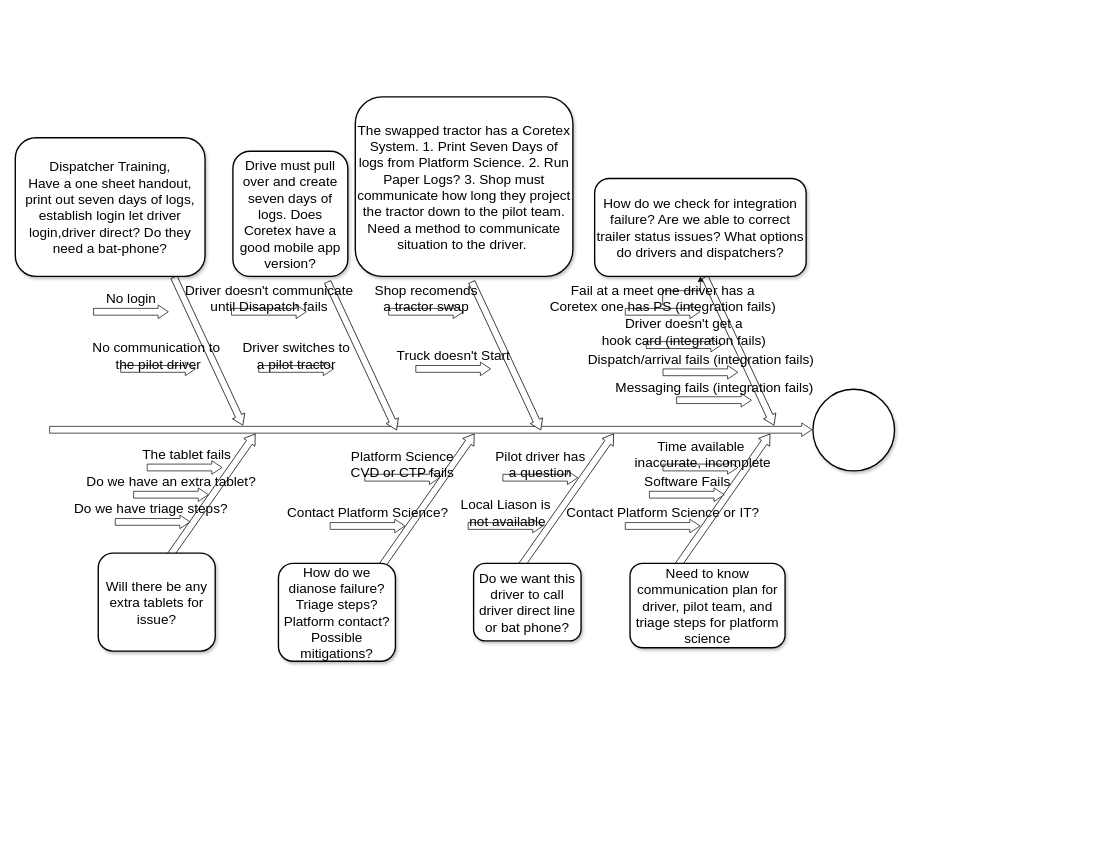
Above: PS Contingency Plan.drawio in RustyTruck/plc4trucksduck (draw.io), before the change. Source tidied: cells renumbered, new cells numbered last; positions are measured from the earlier drawing's top-left corner, leaving out a move shared by most shapes. Both pictures are drawn from the tidied source at 68%, with x=0, y=0 at pixel (15, 48).
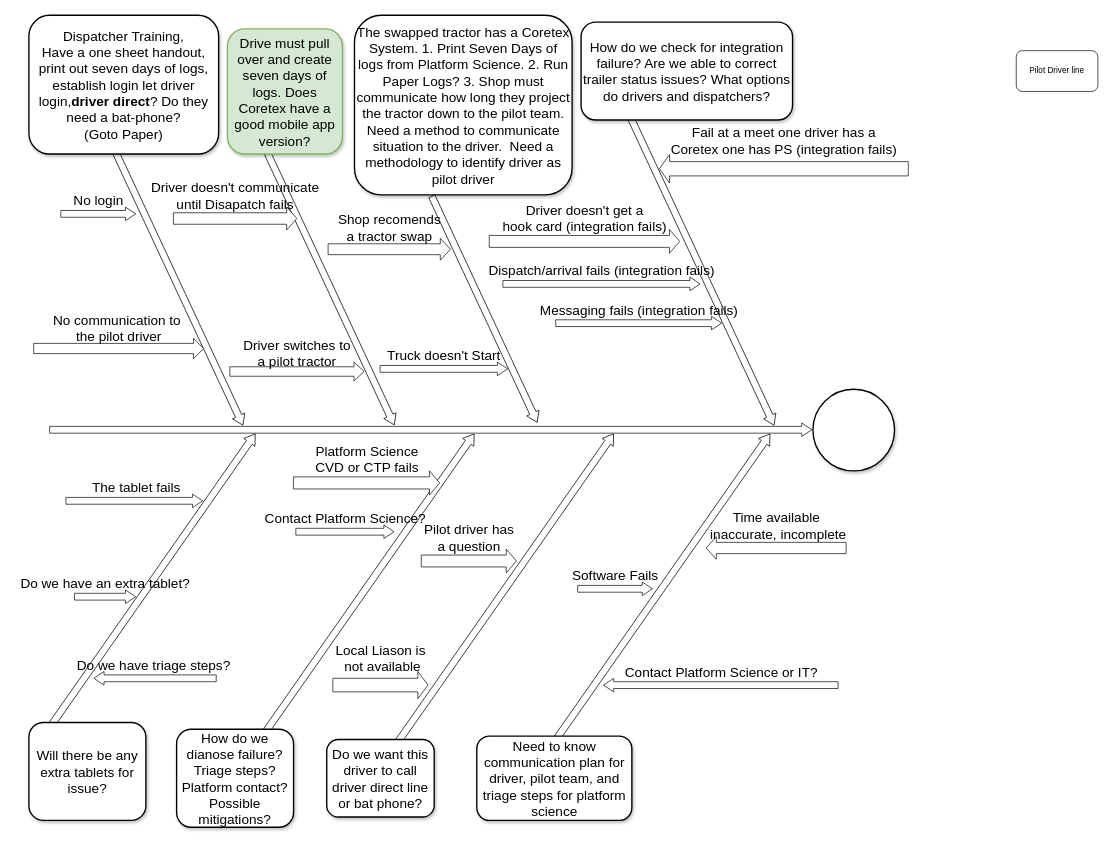
After the change.

What changed in the source:
```diff
@@
     <mxCell id="2" style="html=1;shadow=0;dashed=0;align=center;verticalAlign=middle;shape=mxgraph.arrows2.arrow;dy=0.5;dx=15;direction=north;notch=0;rounded=0;strokeWidth=1;fontSize=20;rotation=35;" parent="1" vertex="1">
-      <mxGeometry x="596" y="545" width="20" height="240" as="geometry" />
+      <mxGeometry x="508.2" y="517.3" width="20" height="546" as="geometry" />
     </mxCell>
     <mxCell id="3" style="html=1;shadow=0;dashed=0;align=center;verticalAlign=middle;shape=mxgraph.arrows2.arrow;dy=0.5;dx=15;direction=north;notch=0;rounded=0;strokeWidth=1;fontSize=20;rotation=35;" parent="1" vertex="1">
-      <mxGeometry x="801" y="545" width="20" height="240" as="geometry" />
+      <mxGeometry x="710.4" y="516.4" width="20" height="556" as="geometry" />
     </mxCell>
     <mxCell id="4" style="html=1;shadow=0;dashed=0;align=center;verticalAlign=middle;shape=mxgraph.arrows2.arrow;dy=0.5;dx=15;direction=north;notch=0;rounded=0;strokeWidth=1;fontSize=20;rotation=35;" parent="1" vertex="1">
-      <mxGeometry x="1031" y="545" width="20" height="240" as="geometry" />
+      <mxGeometry x="943.6" y="517.5" width="20" height="544.6" as="geometry" />
     </mxCell>
@@
     <mxCell id="6" style="html=1;shadow=0;dashed=0;align=center;verticalAlign=middle;shape=mxgraph.arrows2.arrow;dy=0.5;dx=15;direction=north;notch=0;rounded=0;strokeWidth=1;fontSize=20;rotation=155;" parent="1" vertex="1">
-      <mxGeometry x="274" y="325" width="20" height="240" as="geometry" />
+      <mxGeometry x="230.5" y="128.7" width="20" height="446" as="geometry" />
     </mxCell>
     <mxCell id="7" style="html=1;shadow=0;dashed=0;align=center;verticalAlign=middle;shape=mxgraph.arrows2.arrow;dy=0.5;dx=15;direction=north;notch=0;rounded=0;strokeWidth=1;fontSize=20;rotation=155;" parent="1" vertex="1">
-      <mxGeometry x="500" y="332" width="20" height="240" as="geometry" />
+      <mxGeometry x="454.1" y="133.2" width="20" height="440.8" as="geometry" />
     </mxCell>
     <mxCell id="8" style="html=1;shadow=0;dashed=0;align=center;verticalAlign=middle;shape=mxgraph.arrows2.arrow;dy=0.5;dx=15;direction=north;notch=0;rounded=0;strokeWidth=1;fontSize=20;rotation=155;" parent="1" vertex="1">
-      <mxGeometry x="712" y="332" width="20" height="240" as="geometry" />
+      <mxGeometry x="680" y="200.1" width="20" height="366.6" as="geometry" />
     </mxCell>
-    <mxCell id="9" value="Dispatcher Training,&lt;br&gt;Have a one sheet handout, print out seven days of logs, establish login let driver login,driver direct? Do they need a bat-phone?" style="rounded=1;whiteSpace=wrap;html=1;shadow=1;strokeWidth=2;fontSize=20;" parent="1" vertex="1">
-      <mxGeometry y="131" width="279" height="204" as="geometry" />
+    <mxCell id="9" value="Dispatcher Training,&lt;br&gt;Have a one sheet handout, print out seven days of logs, establish login let driver login,&lt;b&gt;driver direct&lt;/b&gt;? Do they need a bat-phone?&lt;br&gt;(Goto Paper)" style="rounded=1;whiteSpace=wrap;html=1;shadow=1;strokeWidth=2;fontSize=20;" parent="1" vertex="1">
+      <mxGeometry x="20" y="-49" width="279" height="204" as="geometry" />
     </mxCell>
-    <mxCell id="10" value="Drive must pull over and create seven days of logs. Does Coretex have a good mobile app version?" style="rounded=1;whiteSpace=wrap;html=1;shadow=1;strokeWidth=2;fontSize=20;" parent="1" vertex="1">
-      <mxGeometry x="320" y="151" width="169" height="184" as="geometry" />
+    <mxCell id="10" value="Drive must pull over and create seven days of logs. Does Coretex have a good mobile app version?" style="rounded=1;whiteSpace=wrap;html=1;shadow=1;strokeWidth=2;fontSize=20;fillColor=#d5e8d4;strokeColor=#82b366;" parent="1" vertex="1">
+      <mxGeometry x="312" y="-29" width="169" height="184" as="geometry" />
     </mxCell>
-    <mxCell id="11" value="The swapped tractor has a Coretex System. 1. Print Seven Days of logs from Platform Science. 2. Run Paper Logs? 3. Shop must communicate how long they project the tractor down to the pilot team. Need a method to communicate situation to the driver.&amp;nbsp;" style="rounded=1;whiteSpace=wrap;html=1;shadow=1;strokeWidth=2;fontSize=20;" parent="1" vertex="1">
-      <mxGeometry x="500" y="71" width="320" height="264" as="geometry" />
+    <mxCell id="11" value="The swapped tractor has a Coretex System. 1. Print Seven Days of logs from Platform Science. 2. Run Paper Logs? 3. Shop must communicate how long they project the tractor down to the pilot team. Need a method to communicate situation to the driver.&amp;nbsp; Need a methodology to identify driver as pilot driver" style="rounded=1;whiteSpace=wrap;html=1;shadow=1;strokeWidth=2;fontSize=20;" parent="1" vertex="1">
+      <mxGeometry x="498.8" y="-49" width="320" height="264" as="geometry" />
     </mxCell>
     <mxCell id="12" value="How do we dianose failure? Triage steps? Platform contact? Possible mitigations?" style="rounded=1;whiteSpace=wrap;html=1;shadow=1;strokeWidth=2;fontSize=20;" parent="1" vertex="1">
-      <mxGeometry x="387" y="757" width="172" height="144" as="geometry" />
+      <mxGeometry x="237.2" y="1001" width="172" height="144" as="geometry" />
     </mxCell>
     <mxCell id="13" value="Do we want this driver to call driver direct line or bat phone?" style="rounded=1;whiteSpace=wrap;html=1;shadow=1;strokeWidth=2;fontSize=20;" parent="1" vertex="1">
-      <mxGeometry x="674" y="757" width="158" height="114" as="geometry" />
+      <mxGeometry x="458" y="1016" width="158" height="114" as="geometry" />
     </mxCell>
     <mxCell id="14" value="Need to know communication plan for driver, pilot team, and triage steps for platform science" style="rounded=1;whiteSpace=wrap;html=1;shadow=1;strokeWidth=2;fontSize=20;" parent="1" vertex="1">
-      <mxGeometry x="904" y="757" width="228" height="124" as="geometry" />
+      <mxGeometry x="678.7" y="1011" width="228" height="124" as="geometry" />
     </mxCell>
@@
     <mxCell id="16" value="No login" style="html=1;shadow=0;dashed=0;align=center;verticalAlign=middle;shape=mxgraph.arrows2.arrow;dy=0.5;dx=15;direction=north;notch=0;rounded=0;strokeWidth=1;fontSize=20;rotation=90;horizontal=0;labelPosition=left;verticalLabelPosition=middle;" parent="1" vertex="1">
-      <mxGeometry x="160" y="332" width="20" height="110" as="geometry" />
+      <mxGeometry x="112" y="188" width="20" height="110" as="geometry" />
     </mxCell>
     <mxCell id="17" value="Driver doesn't communicate &lt;br&gt;until Disapatch fails" style="html=1;shadow=0;dashed=0;align=center;verticalAlign=middle;shape=mxgraph.arrows2.arrow;dy=0.5;dx=15;direction=north;notch=0;rounded=0;strokeWidth=1;fontSize=20;rotation=90;horizontal=0;labelPosition=left;verticalLabelPosition=middle;" parent="1" vertex="1">
-      <mxGeometry x="363" y="332" width="20" height="110" as="geometry" />
+      <mxGeometry x="306.4" y="159.1" width="33.8" height="181.5" as="geometry" />
     </mxCell>
     <mxCell id="18" value="Shop recomends &lt;br&gt;a tractor swap" style="html=1;shadow=0;dashed=0;align=center;verticalAlign=middle;shape=mxgraph.arrows2.arrow;dy=0.5;dx=15;direction=north;notch=0;rounded=0;strokeWidth=1;fontSize=20;rotation=90;horizontal=0;labelPosition=left;verticalLabelPosition=middle;" parent="1" vertex="1">
-      <mxGeometry x="594" y="332" width="20" height="110" as="geometry" />
+      <mxGeometry x="534" y="205" width="32" height="180" as="geometry" />
     </mxCell>
     <mxCell id="19" value="Contact Platform Science?" style="html=1;shadow=0;dashed=0;align=center;verticalAlign=middle;shape=mxgraph.arrows2.arrow;dy=0.5;dx=15;direction=north;notch=0;rounded=0;strokeWidth=1;fontSize=20;rotation=90;horizontal=0;labelPosition=left;verticalLabelPosition=middle;" parent="1" vertex="1">
-      <mxGeometry x="508" y="647" width="20" height="110" as="geometry" />
+      <mxGeometry x="474.8" y="638.2" width="20" height="144.5" as="geometry" />
     </mxCell>
     <mxCell id="20" value="Local Liason is&lt;br&gt;&amp;nbsp;not available" style="html=1;shadow=0;dashed=0;align=center;verticalAlign=middle;shape=mxgraph.arrows2.arrow;dy=0.5;dx=15;direction=north;notch=0;rounded=0;strokeWidth=1;fontSize=20;rotation=90;horizontal=0;labelPosition=left;verticalLabelPosition=middle;" parent="1" vertex="1">
-      <mxGeometry x="711" y="647" width="20" height="110" as="geometry" />
+      <mxGeometry x="517" y="866" width="40" height="140" as="geometry" />
     </mxCell>
-    <mxCell id="21" value="Contact Platform Science or IT?" style="html=1;shadow=0;dashed=0;align=center;verticalAlign=middle;shape=mxgraph.arrows2.arrow;dy=0.5;dx=15;direction=north;notch=0;rounded=0;strokeWidth=1;fontSize=20;rotation=90;horizontal=0;labelPosition=left;verticalLabelPosition=middle;" parent="1" vertex="1">
-      <mxGeometry x="942" y="647" width="20" height="110" as="geometry" />
+    <mxCell id="21" value="Contact Platform Science or IT?" style="html=1;shadow=0;dashed=0;align=center;verticalAlign=middle;shape=mxgraph.arrows2.arrow;dy=0.5;dx=15;direction=south;notch=0;rounded=0;strokeWidth=1;fontSize=20;rotation=90;horizontal=0;labelPosition=left;verticalLabelPosition=middle;" parent="1" vertex="1">
+      <mxGeometry x="1027.5" y="763.5" width="20" height="345" as="geometry" />
     </mxCell>
     <mxCell id="22" value="No communication to&amp;nbsp;&lt;br&gt;the pilot driver" style="html=1;shadow=0;dashed=0;align=center;verticalAlign=middle;shape=mxgraph.arrows2.arrow;dy=0.5;dx=15;direction=north;notch=0;rounded=0;strokeWidth=1;fontSize=20;rotation=90;horizontal=0;labelPosition=left;verticalLabelPosition=middle;" parent="1" vertex="1">
-      <mxGeometry x="200" y="416" width="20" height="110" as="geometry" />
+      <mxGeometry x="137" y="316" width="30" height="250" as="geometry" />
     </mxCell>
     <mxCell id="23" value="Driver switches to &lt;br&gt;a pilot tractor" style="html=1;shadow=0;dashed=0;align=center;verticalAlign=middle;shape=mxgraph.arrows2.arrow;dy=0.5;dx=15;direction=north;notch=0;rounded=0;strokeWidth=1;fontSize=20;rotation=90;horizontal=0;labelPosition=left;verticalLabelPosition=middle;" parent="1" vertex="1">
-      <mxGeometry x="403" y="416" width="20" height="110" as="geometry" />
+      <mxGeometry x="400.4" y="376.1" width="27.8" height="197.5" as="geometry" />
     </mxCell>
     <mxCell id="24" value="Truck doesn't Start" style="html=1;shadow=0;dashed=0;align=center;verticalAlign=middle;shape=mxgraph.arrows2.arrow;dy=0.5;dx=15;direction=north;notch=0;rounded=0;strokeWidth=1;fontSize=20;rotation=90;horizontal=0;labelPosition=left;verticalLabelPosition=middle;" parent="1" vertex="1">
-      <mxGeometry x="634" y="416" width="20" height="110" as="geometry" />
+      <mxGeometry x="620.2" y="377.2" width="20" height="187.5" as="geometry" />
     </mxCell>
     <mxCell id="25" value="Platform Science &lt;br&gt;CVD or CTP fails" style="html=1;shadow=0;dashed=0;align=center;verticalAlign=middle;shape=mxgraph.arrows2.arrow;dy=0.5;dx=15;direction=north;notch=0;rounded=0;strokeWidth=1;fontSize=20;rotation=90;horizontal=0;labelPosition=left;verticalLabelPosition=middle;" parent="1" vertex="1">
-      <mxGeometry x="559" y="576" width="20" height="110" as="geometry" />
+      <mxGeometry x="498.8" y="531.2" width="35.5" height="215" as="geometry" />
     </mxCell>
     <mxCell id="26" value="Pilot driver has&lt;br&gt;a question" style="html=1;shadow=0;dashed=0;align=center;verticalAlign=middle;shape=mxgraph.arrows2.arrow;dy=0.5;dx=15;direction=north;notch=0;rounded=0;strokeWidth=1;fontSize=20;rotation=90;horizontal=0;labelPosition=left;verticalLabelPosition=middle;" parent="1" vertex="1">
-      <mxGeometry x="762" y="576" width="20" height="110" as="geometry" />
+      <mxGeometry x="649.5" y="683.5" width="35" height="140" as="geometry" />
     </mxCell>
     <mxCell id="27" value="Software Fails" style="html=1;shadow=0;dashed=0;align=center;verticalAlign=middle;shape=mxgraph.arrows2.arrow;dy=0.5;dx=15;direction=north;notch=0;rounded=0;strokeWidth=1;fontSize=20;rotation=90;horizontal=0;labelPosition=left;verticalLabelPosition=middle;" parent="1" vertex="1">
-      <mxGeometry x="977.5" y="601" width="20" height="110" as="geometry" />
+      <mxGeometry x="872" y="739.4" width="20" height="110" as="geometry" />
     </mxCell>
     <mxCell id="28" value="&amp;nbsp;The tablet fails" style="html=1;shadow=0;dashed=0;align=center;verticalAlign=middle;shape=mxgraph.arrows2.arrow;dy=0.5;dx=15;direction=north;notch=0;rounded=0;strokeWidth=1;fontSize=20;rotation=90;horizontal=0;labelPosition=left;verticalLabelPosition=middle;" parent="1" vertex="1">
-      <mxGeometry x="239" y="561" width="20" height="110" as="geometry" />
+      <mxGeometry x="165" y="564.5" width="20" height="201" as="geometry" />
     </mxCell>
     <mxCell id="29" style="html=1;shadow=0;dashed=0;align=center;verticalAlign=middle;shape=mxgraph.arrows2.arrow;dy=0.5;dx=15;direction=north;notch=0;rounded=0;strokeWidth=1;fontSize=20;rotation=35;" parent="1" vertex="1">
-      <mxGeometry x="274" y="545" width="20" height="240" as="geometry" />
+      <mxGeometry x="192" y="519.1" width="20" height="526" as="geometry" />
     </mxCell>
     <mxCell id="30" value="Will there be any extra tablets for issue?" style="rounded=1;whiteSpace=wrap;html=1;shadow=1;strokeWidth=2;fontSize=20;" parent="1" vertex="1">
-      <mxGeometry x="122" y="742" width="172" height="144" as="geometry" />
+      <mxGeometry x="20" y="991" width="172" height="144" as="geometry" />
     </mxCell>
     <mxCell id="31" value="Do we have an extra tablet?" style="html=1;shadow=0;dashed=0;align=center;verticalAlign=middle;shape=mxgraph.arrows2.arrow;dy=0.5;dx=15;direction=north;notch=0;rounded=0;strokeWidth=1;fontSize=20;rotation=90;horizontal=0;labelPosition=left;verticalLabelPosition=middle;" parent="1" vertex="1">
-      <mxGeometry x="219" y="601" width="20" height="110" as="geometry" />
+      <mxGeometry x="122" y="761" width="20" height="90" as="geometry" />
     </mxCell>
-    <mxCell id="32" value="Do we have triage steps?&amp;nbsp;" style="html=1;shadow=0;dashed=0;align=center;verticalAlign=middle;shape=mxgraph.arrows2.arrow;dy=0.5;dx=15;direction=north;notch=0;rounded=0;strokeWidth=1;fontSize=20;rotation=90;horizontal=0;labelPosition=left;verticalLabelPosition=middle;" parent="1" vertex="1">
-      <mxGeometry x="192" y="641" width="20" height="110" as="geometry" />
+    <mxCell id="32" value="Do we have triage steps?&amp;nbsp;" style="html=1;shadow=0;dashed=0;align=center;verticalAlign=middle;shape=mxgraph.arrows2.arrow;dy=0.5;dx=15;direction=south;notch=0;rounded=0;strokeWidth=1;fontSize=20;rotation=90;horizontal=0;labelPosition=left;verticalLabelPosition=middle;" parent="1" vertex="1">
+      <mxGeometry x="195.5" y="836" width="20" height="180" as="geometry" />
     </mxCell>
     <mxCell id="33" style="html=1;shadow=0;dashed=0;align=center;verticalAlign=middle;shape=mxgraph.arrows2.arrow;dy=0.5;dx=15;direction=north;notch=0;rounded=0;strokeWidth=1;fontSize=20;rotation=155;" parent="1" vertex="1">
-      <mxGeometry x="1055" y="325" width="20" height="240" as="geometry" />
+      <mxGeometry x="1000" y="76.7" width="20" height="500.5" as="geometry" />
     </mxCell>
     <mxCell id="34" value="How do we check for integration failure? Are we able to correct trailer status issues? What options do drivers and dispatchers?" style="rounded=1;whiteSpace=wrap;html=1;shadow=1;strokeWidth=2;fontSize=20;" parent="1" vertex="1">
-      <mxGeometry x="852" y="191" width="311" height="144" as="geometry" />
+      <mxGeometry x="832" y="-39" width="311" height="144" as="geometry" />
     </mxCell>
-    <mxCell id="35" style="edgeStyle=orthogonalEdgeStyle;rounded=0;jettySize=auto;html=1;" parent="1" edge="1" source="36" target="34">
-      <mxGeometry relative="1" as="geometry" />
-    </mxCell>
-    <mxCell id="36" value="Fail at a meet one driver has a&lt;br&gt;Coretex one has PS (integration fails)" style="html=1;shadow=0;dashed=0;align=center;verticalAlign=middle;shape=mxgraph.arrows2.arrow;dy=0.5;dx=15;direction=north;notch=0;rounded=0;strokeWidth=1;fontSize=20;rotation=90;horizontal=0;labelPosition=left;verticalLabelPosition=middle;" parent="1" vertex="1">
-      <mxGeometry x="942" y="332" width="20" height="110" as="geometry" />
+    <mxCell id="36" value="Fail at a meet one driver has a&lt;br&gt;Coretex one has PS (integration fails)" style="html=1;shadow=0;dashed=0;align=center;verticalAlign=middle;shape=mxgraph.arrows2.arrow;dy=0.5;dx=15;direction=south;notch=0;rounded=0;strokeWidth=1;fontSize=20;rotation=90;horizontal=0;labelPosition=left;verticalLabelPosition=middle;" parent="1" vertex="1">
+      <mxGeometry x="1109.2" y="-6.3" width="42" height="366" as="geometry" />
     </mxCell>
     <mxCell id="37" value="Driver doesn't get a &lt;br&gt;hook card (integration fails)" style="html=1;shadow=0;dashed=0;align=center;verticalAlign=middle;shape=mxgraph.arrows2.arrow;dy=0.5;dx=15;direction=north;notch=0;rounded=0;strokeWidth=1;fontSize=20;rotation=90;horizontal=0;labelPosition=left;verticalLabelPosition=middle;" parent="1" vertex="1">
-      <mxGeometry x="973" y="381" width="20" height="110" as="geometry" />
+      <mxGeometry x="819.5" y="143.5" width="35" height="280" as="geometry" />
     </mxCell>
     <mxCell id="38" value="Dispatch/arrival fails&amp;nbsp;(integration fails)" style="html=1;shadow=0;dashed=0;align=center;verticalAlign=middle;shape=mxgraph.arrows2.arrow;dy=0.5;dx=15;direction=north;notch=0;rounded=0;strokeWidth=1;fontSize=20;rotation=90;horizontal=0;labelPosition=left;verticalLabelPosition=middle;" parent="1" vertex="1">
-      <mxGeometry x="997.5" y="421" width="20" height="110" as="geometry" />
+      <mxGeometry x="852" y="201" width="20" height="290" as="geometry" />
     </mxCell>
     <mxCell id="39" value="Messaging fails (integration fails)" style="html=1;shadow=0;dashed=0;align=center;verticalAlign=middle;shape=mxgraph.arrows2.arrow;dy=0.5;dx=15;direction=north;notch=0;rounded=0;strokeWidth=1;fontSize=20;rotation=90;horizontal=0;labelPosition=left;verticalLabelPosition=middle;" parent="1" vertex="1">
-      <mxGeometry x="1017.5" y="462" width="20" height="110" as="geometry" />
+      <mxGeometry x="906.7" y="281.8" width="20" height="243.9" as="geometry" />
     </mxCell>
-    <mxCell id="40" value="Time available&lt;br&gt;&amp;nbsp;inaccurate, incomplete" style="html=1;shadow=0;dashed=0;align=center;verticalAlign=middle;shape=mxgraph.arrows2.arrow;dy=0.5;dx=15;direction=north;notch=0;rounded=0;strokeWidth=1;fontSize=20;rotation=90;horizontal=0;labelPosition=left;verticalLabelPosition=middle;" parent="1" vertex="1">
-      <mxGeometry x="997.5" y="561" width="20" height="110" as="geometry" />
+    <mxCell id="40" value="Time available&lt;br&gt;&amp;nbsp;inaccurate, incomplete" style="html=1;shadow=0;dashed=0;align=center;verticalAlign=middle;shape=mxgraph.arrows2.arrow;dy=0.5;dx=15;direction=south;notch=0;rounded=0;strokeWidth=1;fontSize=20;rotation=90;horizontal=0;labelPosition=left;verticalLabelPosition=middle;" parent="1" vertex="1">
+      <mxGeometry x="1102.3" y="631.4" width="33.1" height="205.9" as="geometry" />
     </mxCell>
+    <mxCell id="41" value="Pilot Driver line" style="rounded=1;whiteSpace=wrap;html=1;" parent="1" vertex="1">
+      <mxGeometry x="1472" y="3" width="120" height="60" as="geometry" />
+    </mxCell>
```
